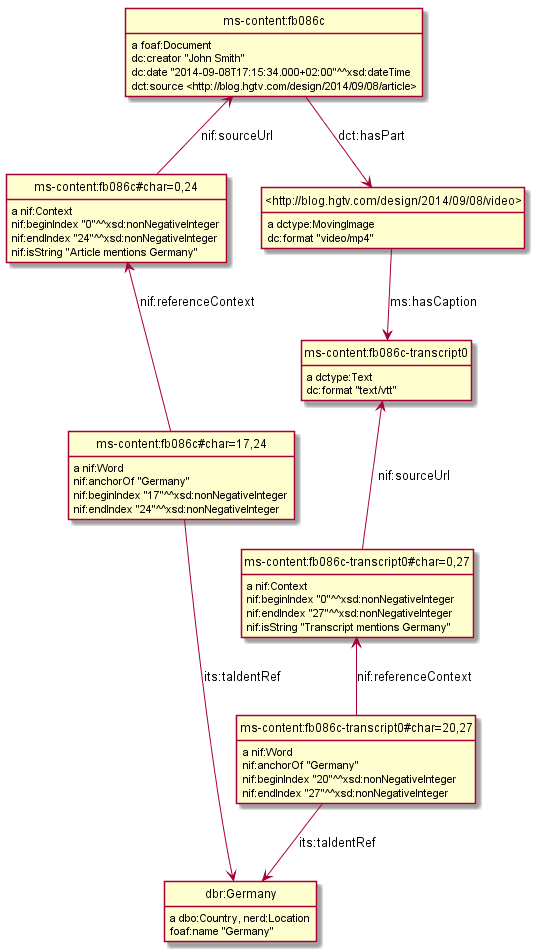
Above: Multisensor/img/NIF-ASR.png in gerardbdn/VladimirAlexiev.github.io (PlantUML), before the change.
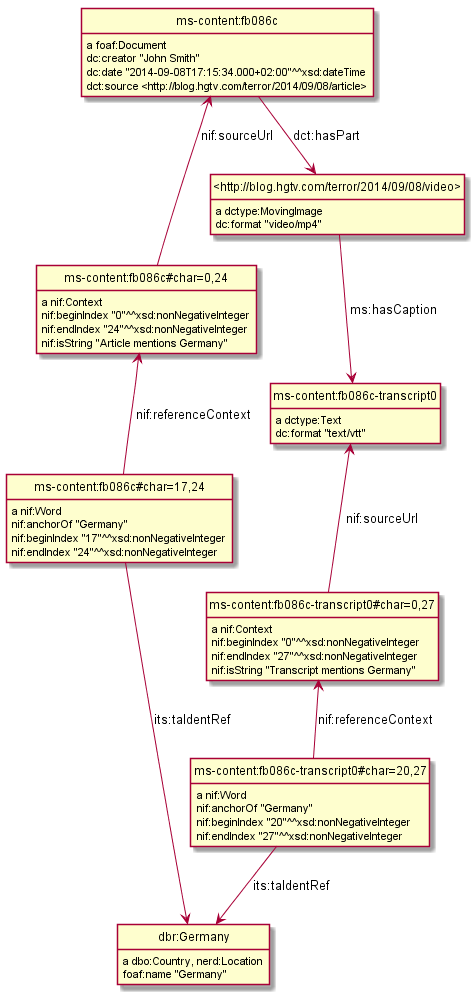
After the change.

Change to the diagram source:
```diff
@@ -3,46 +3,46 @@
 hide empty attributes
 hide circle
 skinparam classAttributeIconSize 0
-class ms_content_fb086c_transcript0_char_20_27 as "ms-content:fb086c-transcript0#char=20,27"
-ms_content_fb086c_transcript0_char_20_27 : a nif:Word
-class ms_content_fb086c_transcript0_char_0_27 as "ms-content:fb086c-transcript0#char=0,27"
-ms_content_fb086c_transcript0_char_20_27 -up-> ms_content_fb086c_transcript0_char_0_27 : nif:referenceContext
-class dbr_Germany as "dbr:Germany"
-ms_content_fb086c_transcript0_char_20_27 --> dbr_Germany : its:taIdentRef
-ms_content_fb086c_transcript0_char_20_27 : nif:anchorOf "Germany"
-ms_content_fb086c_transcript0_char_20_27 : nif:beginIndex "20"^^xsd:nonNegativeInteger
-ms_content_fb086c_transcript0_char_20_27 : nif:endIndex "27"^^xsd:nonNegativeInteger
+class ms_content_fb086c_char_0_24 as "ms-content:fb086c#char=0,24"
+ms_content_fb086c_char_0_24 : a nif:Context
 class ms_content_fb086c as "ms-content:fb086c"
+ms_content_fb086c_char_0_24 -up-> ms_content_fb086c : nif:sourceUrl
+ms_content_fb086c_char_0_24 : nif:beginIndex "0"^^xsd:nonNegativeInteger
+ms_content_fb086c_char_0_24 : nif:endIndex "24"^^xsd:nonNegativeInteger
+ms_content_fb086c_char_0_24 : nif:isString "Article mentions Germany"
 ms_content_fb086c : a foaf:Document
-class _http___blog_hgtv_com_design_2014_09_08_video_ as "<http://blog.hgtv.com/design/2014/09/08/video>"
-ms_content_fb086c --> _http___blog_hgtv_com_design_2014_09_08_video_ : dct:hasPart
+class _http___blog_hgtv_com_terror_2014_09_08_video_ as "<http://blog.hgtv.com/terror/2014/09/08/video>"
+ms_content_fb086c --> _http___blog_hgtv_com_terror_2014_09_08_video_ : dct:hasPart
 ms_content_fb086c : dc:creator "John Smith"
 ms_content_fb086c : dc:date "2014-09-08T17:15:34.000+02:00"^^xsd:dateTime
-ms_content_fb086c : dct:source <http://blog.hgtv.com/design/2014/09/08/article>
+ms_content_fb086c : dct:source <http://blog.hgtv.com/terror/2014/09/08/article>
+class ms_content_fb086c_char_17_24 as "ms-content:fb086c#char=17,24"
+ms_content_fb086c_char_17_24 : a nif:Word
+class dbr_Germany as "dbr:Germany"
+ms_content_fb086c_char_17_24 --> dbr_Germany : its:taIdentRef
+ms_content_fb086c_char_17_24 -up-> ms_content_fb086c_char_0_24 : nif:referenceContext
+ms_content_fb086c_char_17_24 : nif:anchorOf "Germany"
+ms_content_fb086c_char_17_24 : nif:beginIndex "17"^^xsd:nonNegativeInteger
+ms_content_fb086c_char_17_24 : nif:endIndex "24"^^xsd:nonNegativeInteger
+_http___blog_hgtv_com_terror_2014_09_08_video_ : a dctype:MovingImage
 class ms_content_fb086c_transcript0 as "ms-content:fb086c-transcript0"
+_http___blog_hgtv_com_terror_2014_09_08_video_ --> ms_content_fb086c_transcript0 : ms:hasCaption
+_http___blog_hgtv_com_terror_2014_09_08_video_ : dc:format "video/mp4"
 ms_content_fb086c_transcript0 : a dctype:Text
 ms_content_fb086c_transcript0 : dc:format "text/vtt"
+dbr_Germany : a dbo:Country, nerd:Location
+dbr_Germany : foaf:name "Germany"
+class ms_content_fb086c_transcript0_char_0_27 as "ms-content:fb086c-transcript0#char=0,27"
 ms_content_fb086c_transcript0_char_0_27 : a nif:Context
 ms_content_fb086c_transcript0_char_0_27 -up-> ms_content_fb086c_transcript0 : nif:sourceUrl
 ms_content_fb086c_transcript0_char_0_27 : nif:beginIndex "0"^^xsd:nonNegativeInteger
 ms_content_fb086c_transcript0_char_0_27 : nif:endIndex "27"^^xsd:nonNegativeInteger
 ms_content_fb086c_transcript0_char_0_27 : nif:isString "Transcript mentions Germany"
-class ms_content_fb086c_char_0_24 as "ms-content:fb086c#char=0,24"
-ms_content_fb086c_char_0_24 : a nif:Context
-ms_content_fb086c_char_0_24 -up-> ms_content_fb086c : nif:sourceUrl
-ms_content_fb086c_char_0_24 : nif:beginIndex "0"^^xsd:nonNegativeInteger
-ms_content_fb086c_char_0_24 : nif:endIndex "24"^^xsd:nonNegativeInteger
-ms_content_fb086c_char_0_24 : nif:isString "Article mentions Germany"
-_http___blog_hgtv_com_design_2014_09_08_video_ : a dctype:MovingImage
-_http___blog_hgtv_com_design_2014_09_08_video_ --> ms_content_fb086c_transcript0 : ms:hasCaption
-_http___blog_hgtv_com_design_2014_09_08_video_ : dc:format "video/mp4"
-dbr_Germany : a dbo:Country, nerd:Location
-dbr_Germany : foaf:name "Germany"
-class ms_content_fb086c_char_17_24 as "ms-content:fb086c#char=17,24"
-ms_content_fb086c_char_17_24 : a nif:Word
-ms_content_fb086c_char_17_24 --> dbr_Germany : its:taIdentRef
-ms_content_fb086c_char_17_24 -up-> ms_content_fb086c_char_0_24 : nif:referenceContext
-ms_content_fb086c_char_17_24 : nif:anchorOf "Germany"
-ms_content_fb086c_char_17_24 : nif:beginIndex "17"^^xsd:nonNegativeInteger
-ms_content_fb086c_char_17_24 : nif:endIndex "24"^^xsd:nonNegativeInteger
+class ms_content_fb086c_transcript0_char_20_27 as "ms-content:fb086c-transcript0#char=20,27"
+ms_content_fb086c_transcript0_char_20_27 : a nif:Word
+ms_content_fb086c_transcript0_char_20_27 -up-> ms_content_fb086c_transcript0_char_0_27 : nif:referenceContext
+ms_content_fb086c_transcript0_char_20_27 --> dbr_Germany : its:taIdentRef
+ms_content_fb086c_transcript0_char_20_27 : nif:anchorOf "Germany"
+ms_content_fb086c_transcript0_char_20_27 : nif:beginIndex "20"^^xsd:nonNegativeInteger
+ms_content_fb086c_transcript0_char_20_27 : nif:endIndex "27"^^xsd:nonNegativeInteger
 @enduml
```
